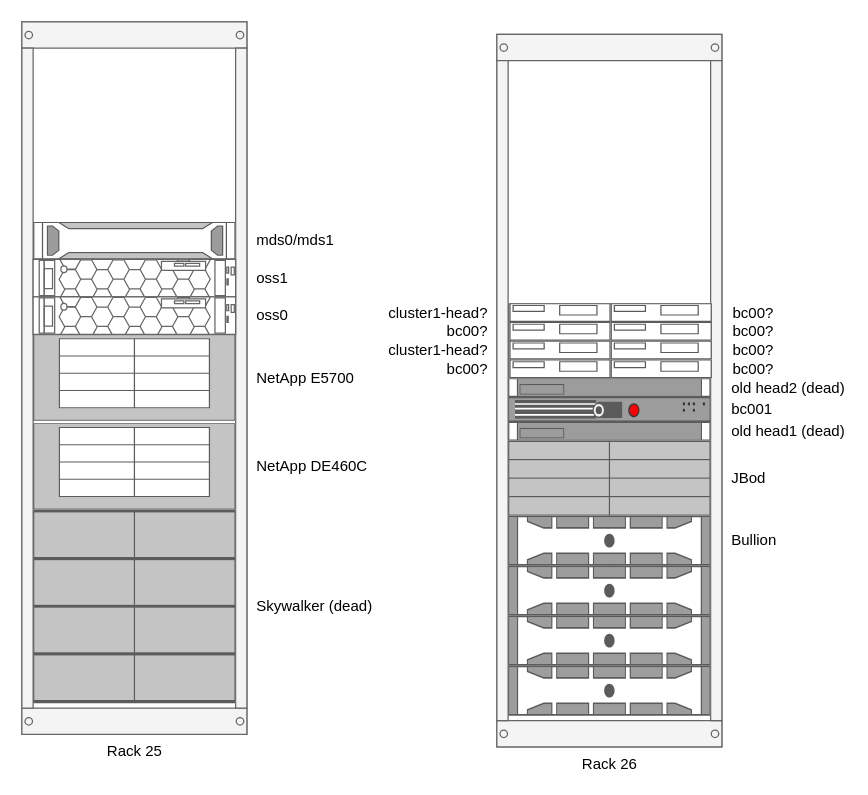
Earlier version of the draw.io diagram docs/img/cluster1_racks.drawio (cnio-bu/cnio-bu.github.io). Source tidied: cells renumbered, new cells numbered last; positions are measured from the earlier drawing's top-left corner, leaving out a move shared by most shapes. Both pictures are drawn from the tidied source at 125%, with x=0, y=0 at pixel (21, 21).
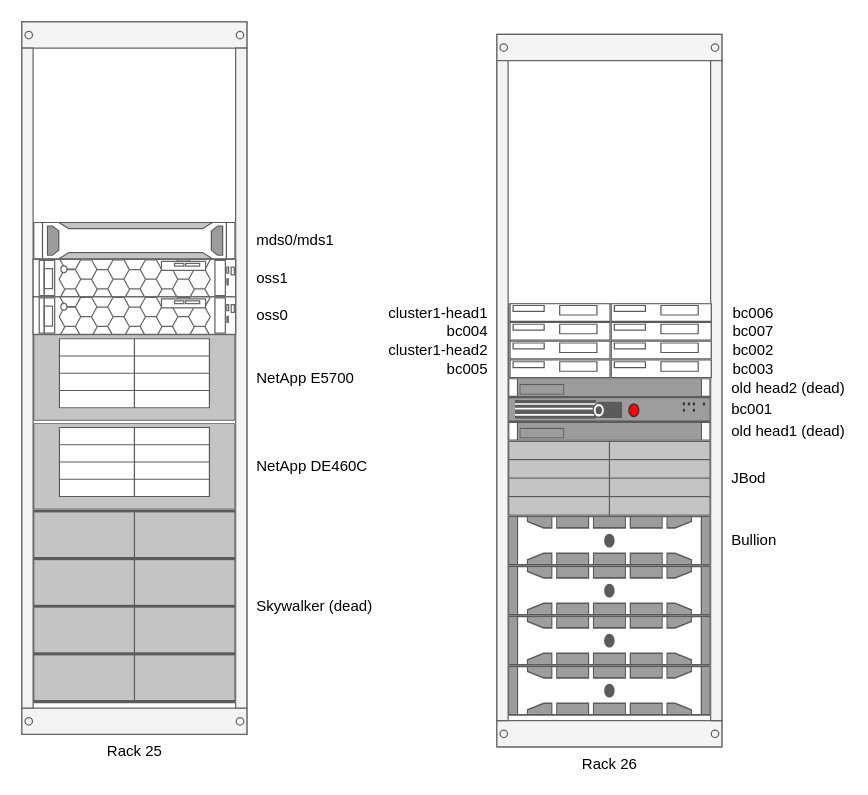
After the change.

Commit message (it also covers changes not shown here):
Update rack26 nodes (#11)

* Update rack26 nodes

* Fix typo in head-1

Unchanged cells that the change refers to:
```xml
<mxCell id="2" style="group;" parent="1" vertex="1">
  <mxGeometry x="380" y="10" width="180" height="570" as="geometry" />
</mxCell>
```

What changed in the source:
```diff
@@
-    <mxCell id="14" value="cluster1-head?" style="shape=mxgraph.rack.hp.hp_proliant_sl230s_g8;html=1;labelPosition=left;align=right;spacingLeft=0;dashed=0;shadow=0;fillColor=#ffffff;verticalLabelPosition=middle;verticalAlign=middle;spacingRight=16;" parent="2" vertex="1">
+    <mxCell id="14" value="&lt;div&gt;cluster1-head1&lt;/div&gt;" style="shape=mxgraph.rack.hp.hp_proliant_sl230s_g8;html=1;labelPosition=left;align=right;spacingLeft=0;dashed=0;shadow=0;fillColor=#ffffff;verticalLabelPosition=middle;verticalAlign=middle;spacingRight=16;" parent="2" vertex="1">
       <mxGeometry x="10" y="215" width="81" height="15" as="geometry" />
     </mxCell>
-    <mxCell id="15" value="bc00?" style="shape=mxgraph.rack.hp.hp_proliant_sl230s_g8;html=1;labelPosition=right;align=left;spacingLeft=15;dashed=0;shadow=0;fillColor=#ffffff;" parent="2" vertex="1">
+    <mxCell id="15" value="&lt;div&gt;bc006&lt;/div&gt;" style="shape=mxgraph.rack.hp.hp_proliant_sl230s_g8;html=1;labelPosition=right;align=left;spacingLeft=15;dashed=0;shadow=0;fillColor=#ffffff;" parent="2" vertex="1">
       <mxGeometry x="91" y="215" width="81" height="15" as="geometry" />
     </mxCell>
-    <mxCell id="16" value="bc00?" style="shape=mxgraph.rack.hp.hp_proliant_sl230s_g8;html=1;labelPosition=left;align=right;spacingLeft=0;dashed=0;shadow=0;fillColor=#ffffff;verticalLabelPosition=middle;verticalAlign=middle;spacingRight=16;" parent="2" vertex="1">
+    <mxCell id="16" value="bc004" style="shape=mxgraph.rack.hp.hp_proliant_sl230s_g8;html=1;labelPosition=left;align=right;spacingLeft=0;dashed=0;shadow=0;fillColor=#ffffff;verticalLabelPosition=middle;verticalAlign=middle;spacingRight=16;" parent="2" vertex="1">
       <mxGeometry x="10" y="230" width="81" height="15" as="geometry" />
     </mxCell>
-    <mxCell id="17" value="bc00?" style="shape=mxgraph.rack.hp.hp_proliant_sl230s_g8;html=1;labelPosition=right;align=left;spacingLeft=15;dashed=0;shadow=0;fillColor=#ffffff;" parent="2" vertex="1">
+    <mxCell id="17" value="bc007" style="shape=mxgraph.rack.hp.hp_proliant_sl230s_g8;html=1;labelPosition=right;align=left;spacingLeft=15;dashed=0;shadow=0;fillColor=#ffffff;" parent="2" vertex="1">
       <mxGeometry x="91" y="230" width="81" height="15" as="geometry" />
     </mxCell>
-    <mxCell id="18" value="cluster1-head?" style="shape=mxgraph.rack.hp.hp_proliant_sl230s_g8;html=1;labelPosition=left;align=right;spacingLeft=0;dashed=0;shadow=0;fillColor=#ffffff;verticalLabelPosition=middle;verticalAlign=middle;spacingRight=16;" parent="2" vertex="1">
+    <mxCell id="18" value="&lt;div&gt;cluster1-head2&lt;/div&gt;" style="shape=mxgraph.rack.hp.hp_proliant_sl230s_g8;html=1;labelPosition=left;align=right;spacingLeft=0;dashed=0;shadow=0;fillColor=#ffffff;verticalLabelPosition=middle;verticalAlign=middle;spacingRight=16;" parent="2" vertex="1">
       <mxGeometry x="10" y="245" width="81" height="15" as="geometry" />
     </mxCell>
-    <mxCell id="19" value="bc00?" style="shape=mxgraph.rack.hp.hp_proliant_sl230s_g8;html=1;labelPosition=right;align=left;spacingLeft=15;dashed=0;shadow=0;fillColor=#ffffff;" parent="2" vertex="1">
+    <mxCell id="19" value="bc002" style="shape=mxgraph.rack.hp.hp_proliant_sl230s_g8;html=1;labelPosition=right;align=left;spacingLeft=15;dashed=0;shadow=0;fillColor=#ffffff;" parent="2" vertex="1">
       <mxGeometry x="91" y="245" width="81" height="15" as="geometry" />
     </mxCell>
-    <mxCell id="20" value="bc00?" style="shape=mxgraph.rack.hp.hp_proliant_sl230s_g8;html=1;labelPosition=right;align=left;spacingLeft=15;dashed=0;shadow=0;fillColor=#ffffff;" parent="2" vertex="1">
+    <mxCell id="20" value="&lt;div&gt;&lt;br&gt;&lt;/div&gt;&lt;div&gt;bc003&lt;/div&gt;&lt;div&gt;&lt;br&gt;&lt;/div&gt;" style="shape=mxgraph.rack.hp.hp_proliant_sl230s_g8;html=1;labelPosition=right;align=left;spacingLeft=15;dashed=0;shadow=0;fillColor=#ffffff;" parent="2" vertex="1">
       <mxGeometry x="91" y="260" width="81" height="15" as="geometry" />
     </mxCell>
-    <mxCell id="21" value="bc00?" style="shape=mxgraph.rack.hp.hp_proliant_sl230s_g8;html=1;labelPosition=left;align=right;spacingLeft=0;dashed=0;shadow=0;fillColor=#ffffff;verticalLabelPosition=middle;verticalAlign=middle;spacingRight=16;" parent="2" vertex="1">
+    <mxCell id="21" value="&lt;div&gt;bc005&lt;/div&gt;" style="shape=mxgraph.rack.hp.hp_proliant_sl230s_g8;html=1;labelPosition=left;align=right;spacingLeft=0;dashed=0;shadow=0;fillColor=#ffffff;verticalLabelPosition=middle;verticalAlign=middle;spacingRight=16;" parent="2" vertex="1">
       <mxGeometry x="10" y="260" width="81" height="15" as="geometry" />
     </mxCell>
```
